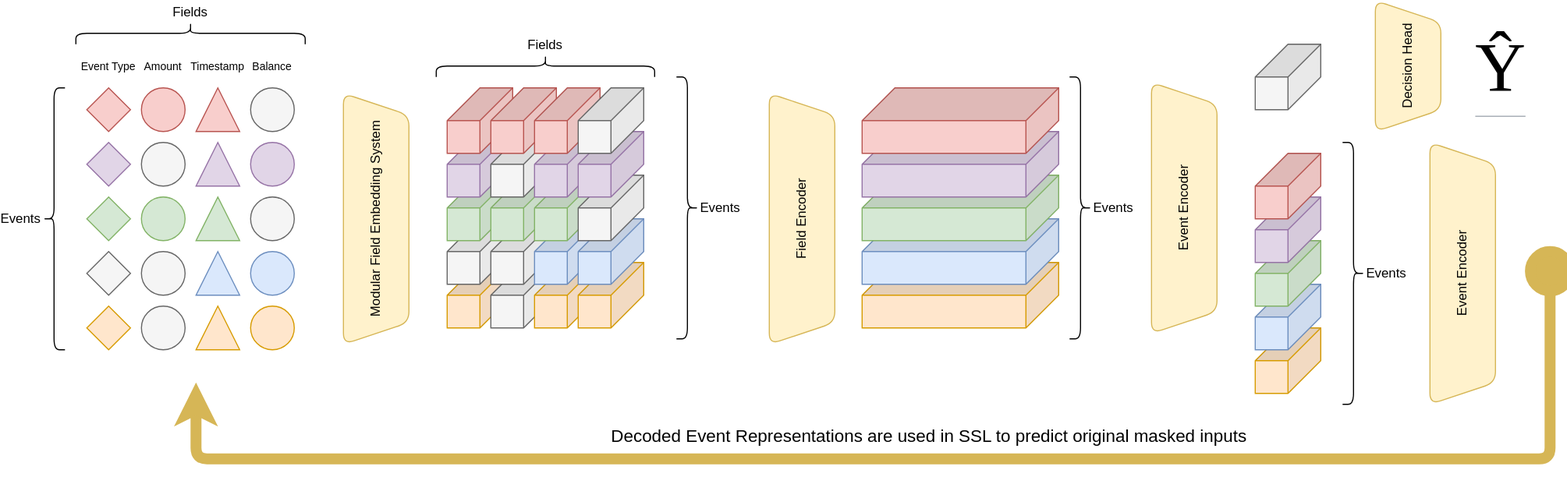
This is docs/diagrams/architecture.drawio.svg from granthamtaylor/windmark, a draw.io export, as it was before one commit. Source tidied: cells renumbered, new cells last; positions are measured from the earlier drawing's top-left corner, leaving out a move shared by most shapes.
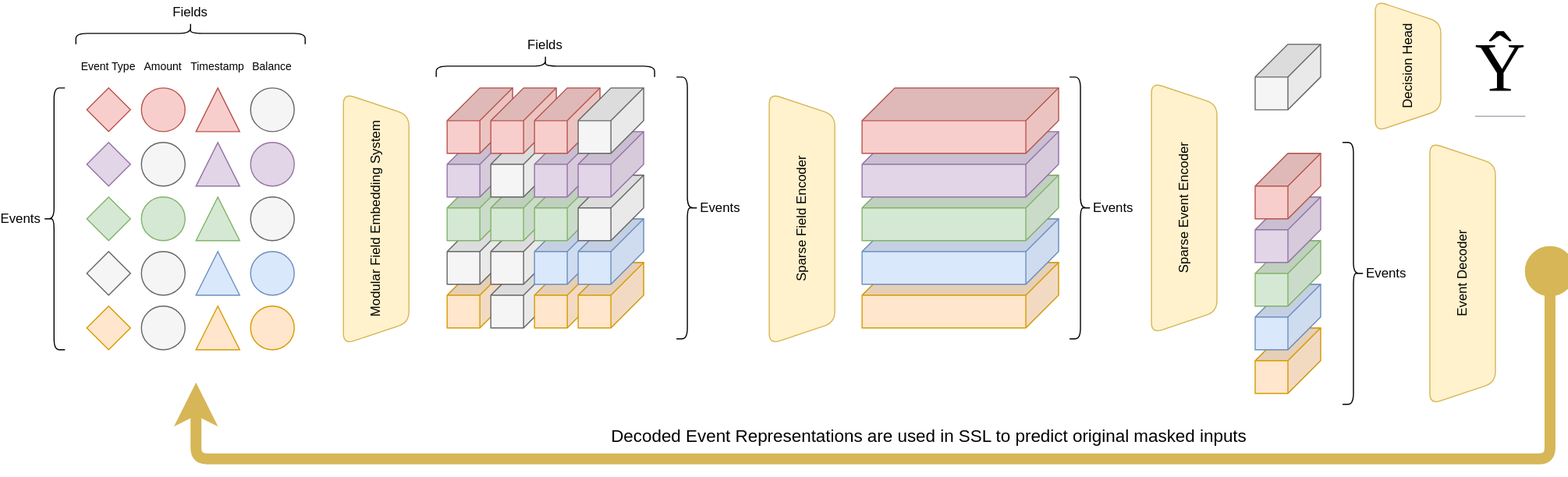
Later version of the same file.

Change to the diagram source:
```diff
@@ -125,7 +125,7 @@
     <mxCell id="42" style="shape=cube;whiteSpace=wrap;html=1;boundedLbl=1;backgroundOutline=1;darkOpacity=0.05;darkOpacity2=0.1;rounded=1;rotation=90;size=30;fillColor=#f5f5f5;strokeColor=#666666;fontColor=#333333;" parent="1" vertex="1">
       <mxGeometry x="490" y="70" width="60" height="60" as="geometry" />
     </mxCell>
-    <mxCell id="43" value="Field Encoder" style="shape=trapezoid;perimeter=trapezoidPerimeter;whiteSpace=wrap;html=1;fixedSize=1;rounded=1;flipH=0;flipV=1;fillColor=#fff2cc;strokeColor=#d6b656;rotation=-90;" parent="1" vertex="1">
+    <mxCell id="43" value="Sparse Field Encoder" style="shape=trapezoid;perimeter=trapezoidPerimeter;whiteSpace=wrap;html=1;fixedSize=1;rounded=1;flipH=0;flipV=1;fillColor=#fff2cc;strokeColor=#d6b656;rotation=-90;" parent="1" vertex="1">
       <mxGeometry x="580" y="160" width="230" height="60" as="geometry" />
     </mxCell>
     <mxCell id="44" style="shape=cube;whiteSpace=wrap;html=1;boundedLbl=1;backgroundOutline=1;darkOpacity=0.05;darkOpacity2=0.1;rounded=1;rotation=90;size=30;fillColor=#ffe6cc;strokeColor=#d79b00;" parent="1" vertex="1">
@@ -143,13 +143,13 @@
     <mxCell id="48" style="shape=cube;whiteSpace=wrap;html=1;boundedLbl=1;backgroundOutline=1;darkOpacity=0.05;darkOpacity2=0.1;rounded=1;rotation=90;size=30;fillColor=#f8cecc;strokeColor=#b85450;" parent="1" vertex="1">
       <mxGeometry x="810" y="10" width="60" height="180" as="geometry" />
     </mxCell>
-    <mxCell id="49" value="Event Encoder" style="shape=trapezoid;perimeter=trapezoidPerimeter;whiteSpace=wrap;html=1;fixedSize=1;rounded=1;flipH=0;flipV=1;fillColor=#fff2cc;strokeColor=#d6b656;rotation=-90;" parent="1" vertex="1">
+    <mxCell id="49" value="Sparse Event Encoder" style="shape=trapezoid;perimeter=trapezoidPerimeter;whiteSpace=wrap;html=1;fixedSize=1;rounded=1;flipH=0;flipV=1;fillColor=#fff2cc;strokeColor=#d6b656;rotation=-90;" parent="1" vertex="1">
       <mxGeometry x="930" y="150" width="230" height="60" as="geometry" />
     </mxCell>
     <mxCell id="50" style="shape=cube;whiteSpace=wrap;html=1;boundedLbl=1;backgroundOutline=1;darkOpacity=0.05;darkOpacity2=0.1;rounded=1;rotation=90;size=30;fillColor=#f5f5f5;strokeColor=#666666;fontColor=#333333;" parent="1" vertex="1">
       <mxGeometry x="1110" y="30" width="60" height="60" as="geometry" />
     </mxCell>
-    <mxCell id="51" value="Event Encoder" style="shape=trapezoid;perimeter=trapezoidPerimeter;whiteSpace=wrap;html=1;fixedSize=1;rounded=1;flipH=0;flipV=1;fillColor=#fff2cc;strokeColor=#d6b656;rotation=-90;" parent="1" vertex="1">
+    <mxCell id="51" value="Event Decoder" style="shape=trapezoid;perimeter=trapezoidPerimeter;whiteSpace=wrap;html=1;fixedSize=1;rounded=1;flipH=0;flipV=1;fillColor=#fff2cc;strokeColor=#d6b656;rotation=-90;" parent="1" vertex="1">
       <mxGeometry x="1180" y="210" width="240" height="60" as="geometry" />
     </mxCell>
     <mxCell id="52" value="Decision Head" style="shape=trapezoid;perimeter=trapezoidPerimeter;whiteSpace=wrap;html=1;fixedSize=1;rounded=1;flipH=0;flipV=1;fillColor=#fff2cc;strokeColor=#d6b656;rotation=-90;" parent="1" vertex="1">
```
